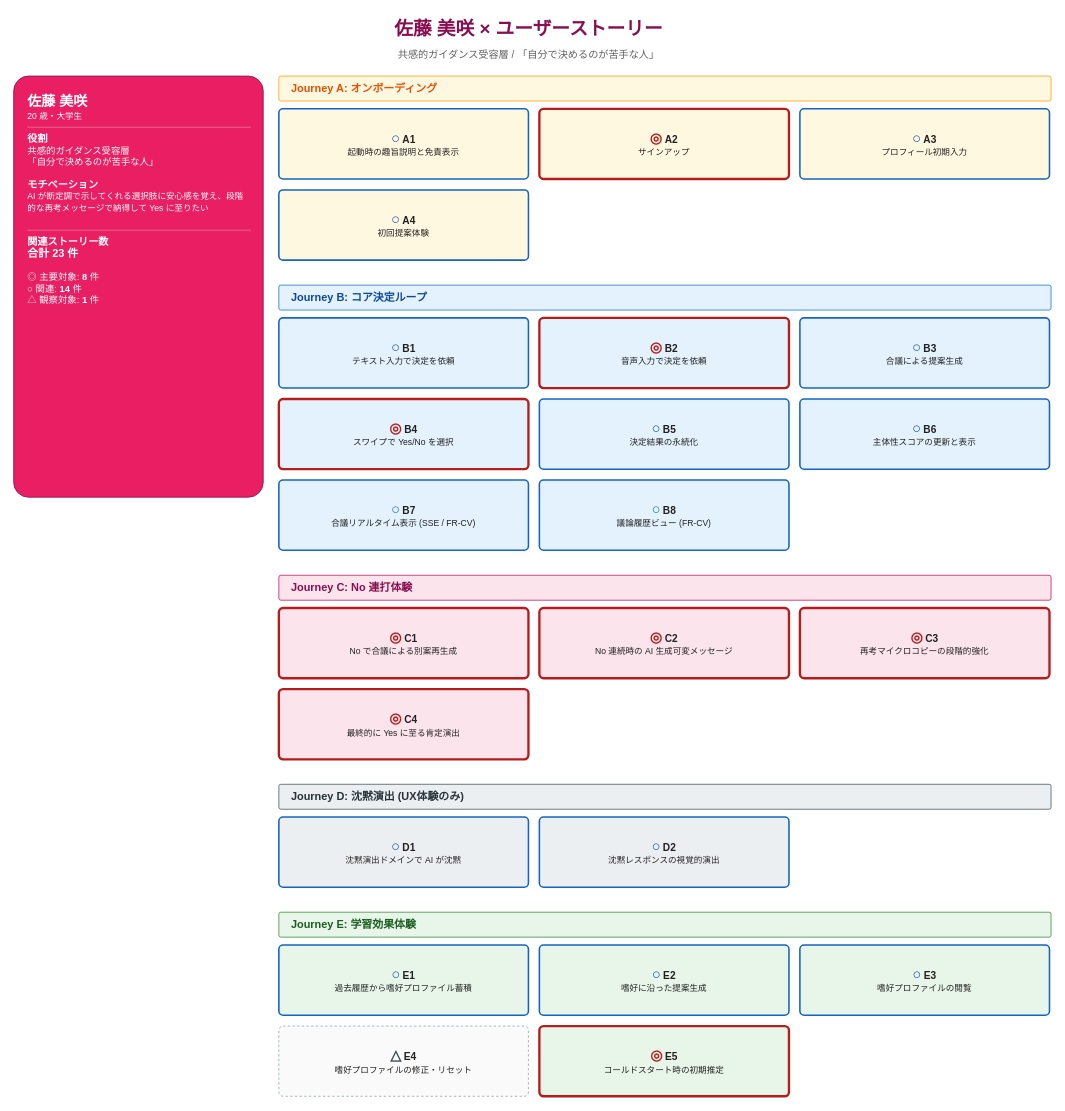
Before: page "02_sato_佐藤 美咲" (3 of 6) of aidlc-docs/inception/user-stories/diagrams/persona-story-map.drawio in y-morimatsu/yes-man, a draw.io diagram. Source tidied: cells renumbered, new cells numbered last; positions are measured from the earlier drawing's top-left corner, leaving out a move shared by most shapes. Both pictures are drawn from the tidied source at 78%, with x=0, y=0 at pixel (13, 13).
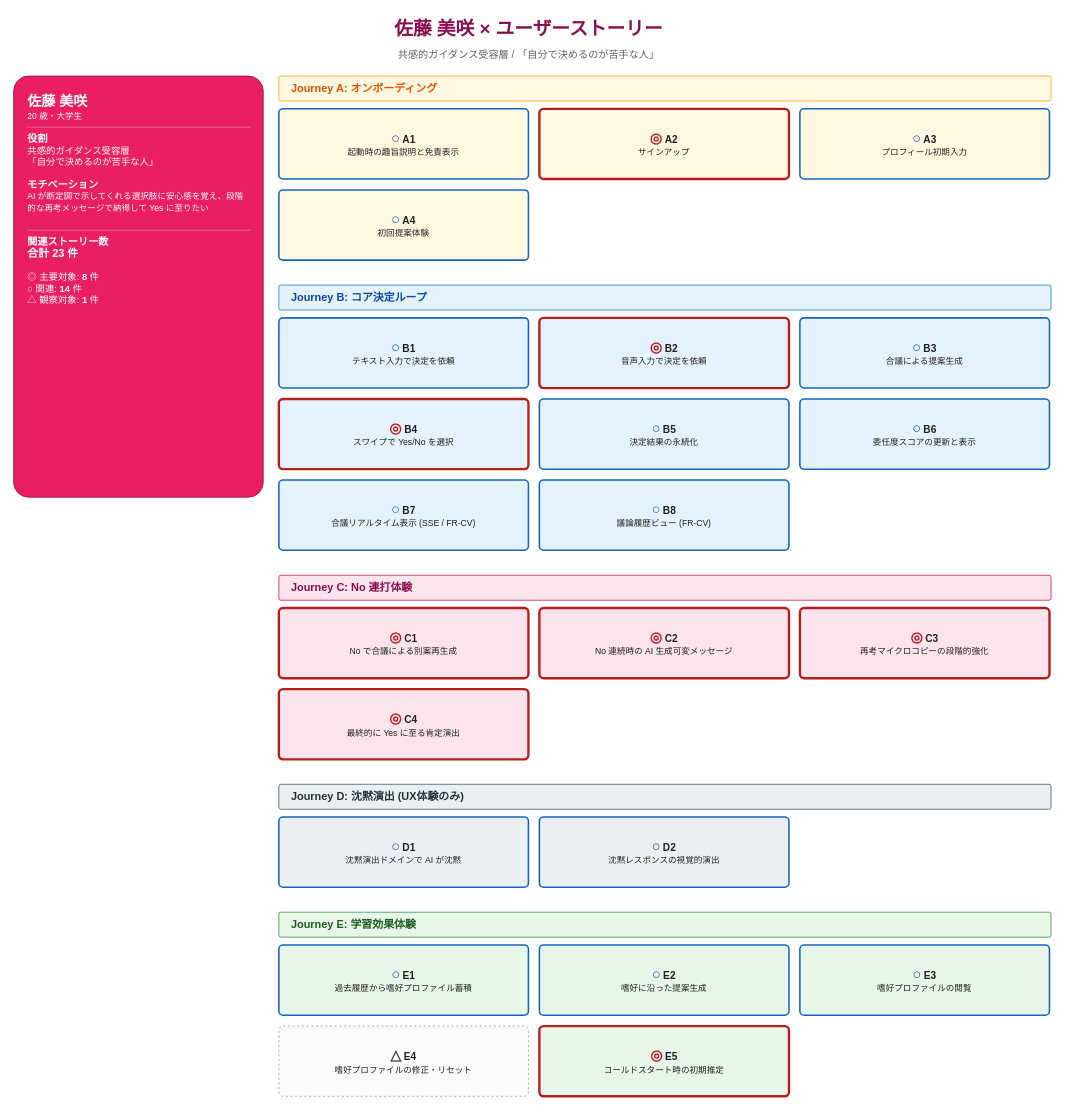
The same diagram, later.

Diff of the diagram source:
```diff
@@
-    <mxCell id="16" value="&lt;span style=&quot;color:#0D47A1;font-size:18px&quot;&gt;&lt;b&gt;○&lt;/b&gt;&lt;/span&gt; &lt;b style=&quot;font-size:13px&quot;&gt;B6&lt;/b&gt;&lt;br&gt;&lt;span style=&quot;font-size:11px&quot;&gt;主体性スコアの更新と表示&lt;/span&gt;" style="rounded=1;whiteSpace=wrap;html=1;fillColor=#E3F2FD;strokeColor=#1565C0;fontColor=#212121;fontSize=12;align=center;verticalAlign=middle;strokeWidth=2;arcSize=6;" parent="1" vertex="1">
+    <mxCell id="16" value="&lt;span style=&quot;color:#0D47A1;font-size:18px&quot;&gt;&lt;b&gt;○&lt;/b&gt;&lt;/span&gt; &lt;b style=&quot;font-size:13px&quot;&gt;B6&lt;/b&gt;&lt;br&gt;&lt;span style=&quot;font-size:11px&quot;&gt;委任度スコアの更新と表示&lt;/span&gt;" style="rounded=1;whiteSpace=wrap;html=1;fillColor=#E3F2FD;strokeColor=#1565C0;fontColor=#212121;fontSize=12;align=center;verticalAlign=middle;strokeWidth=2;arcSize=6;" parent="1" vertex="1">
       <mxGeometry x="1008" y="494" width="320" height="90" as="geometry" />
     </mxCell>
```
